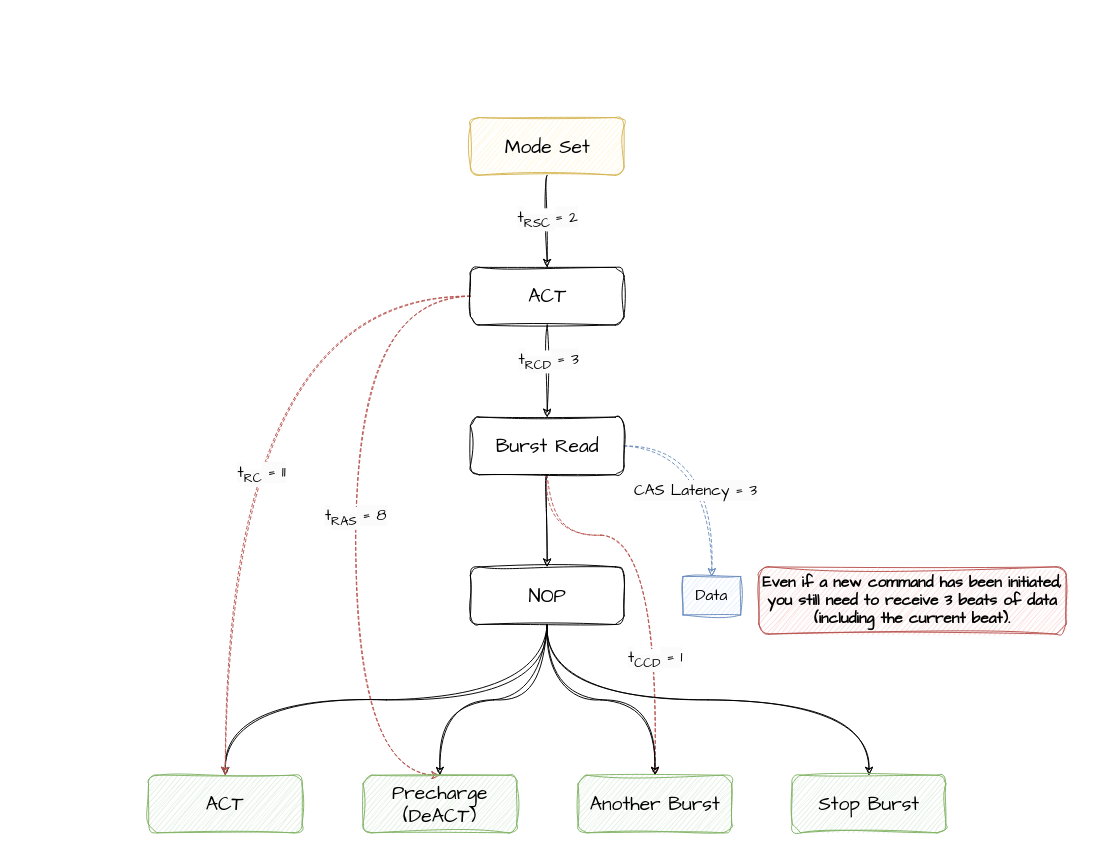
Before: diagram/burst_read.drawio in oscc-ip/sdram, a draw.io diagram. Source tidied: cells renumbered, new cells numbered last; positions are measured from the earlier drawing's top-left corner, leaving out a move shared by most shapes. Both pictures are drawn from the tidied source at 96%, with x=0, y=0 at pixel (148, 117).
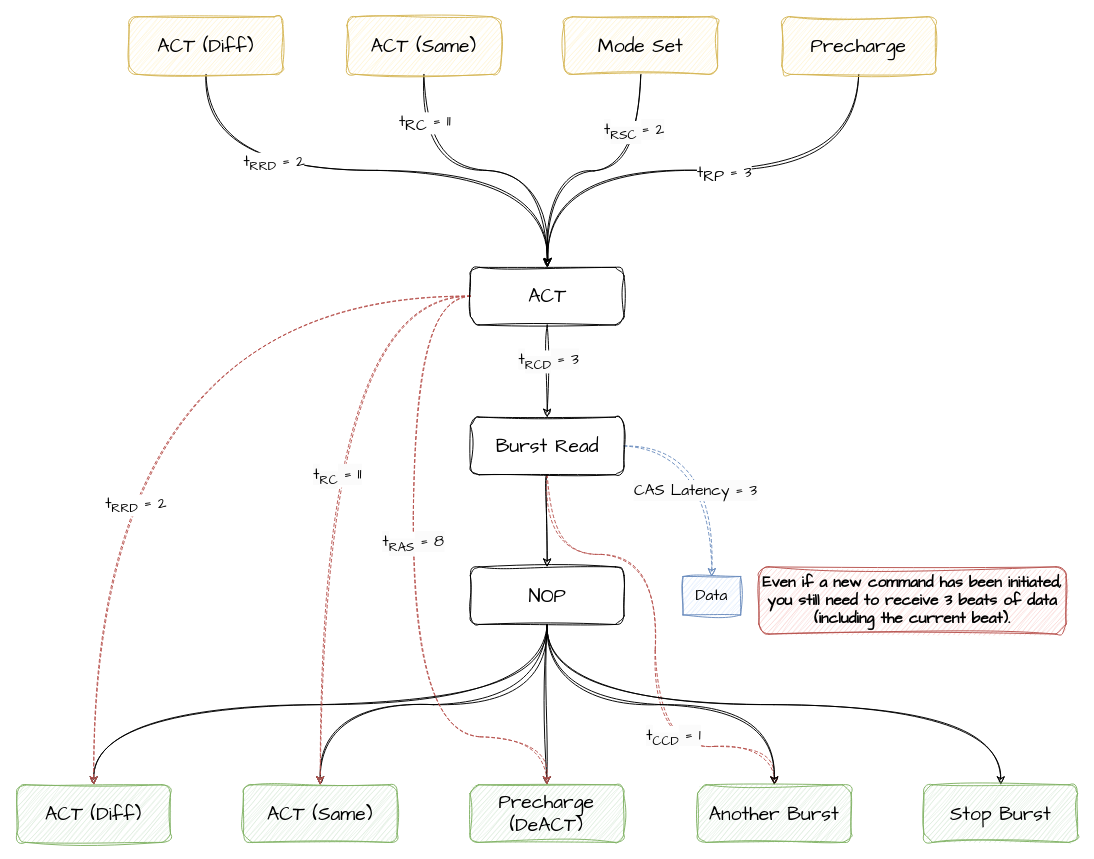
Above is the later version.

Commit message:
[docs] modify burst read diagram

Unchanged cells that the change refers to:
```xml
<mxCell id="8" value="Burst Read" style="rounded=1;whiteSpace=wrap;html=1;sketch=1;hachureGap=4;jiggle=2;curveFitting=1;fontFamily=Architects Daughter;fontSize=20;fillColor=none;" parent="1" vertex="1">
  <mxGeometry x="335.5" y="312" width="160" height="60" as="geometry" />
</mxCell>
<mxCell id="15" value="NOP" style="rounded=1;whiteSpace=wrap;html=1;sketch=1;hachureGap=4;jiggle=2;curveFitting=1;fontFamily=Architects Daughter;fontSize=20;fillColor=none;" parent="1" vertex="1">
  <mxGeometry x="335.5" y="468" width="160" height="60" as="geometry" />
</mxCell>
<mxCell id="18" style="edgeStyle=orthogonalEdgeStyle;shape=connector;curved=1;rounded=1;sketch=1;hachureGap=4;jiggle=2;curveFitting=1;html=1;exitX=0;exitY=0.5;exitDx=0;exitDy=0;entryX=0.5;entryY=0;entryDx=0;entryDy=0;labelBackgroundColor=default;strokeColor=#b85450;fontFamily=Architects Daughter;fontSize=16;fontColor=default;endArrow=classic;fillColor=#f8cecc;dashed=1;" parent="1" edge="1" source="22" target="28">
  <mxGeometry relative="1" as="geometry" />
</mxCell>
<mxCell id="22" value="ACT" style="rounded=1;whiteSpace=wrap;html=1;sketch=1;hachureGap=4;jiggle=2;curveFitting=1;fontFamily=Architects Daughter;fontSize=20;fillColor=none;" parent="1" vertex="1">
  <mxGeometry x="335.5" y="156" width="160" height="60" as="geometry" />
</mxCell>
<mxCell id="23" style="edgeStyle=orthogonalEdgeStyle;shape=connector;curved=1;rounded=1;sketch=1;hachureGap=4;jiggle=2;curveFitting=1;html=1;exitX=0.5;exitY=1;exitDx=0;exitDy=0;entryX=0.5;entryY=0;entryDx=0;entryDy=0;labelBackgroundColor=default;strokeColor=default;fontFamily=Architects Daughter;fontSize=16;fontColor=default;endArrow=classic;" parent="1" edge="1" source="25" target="22">
  <mxGeometry relative="1" as="geometry" />
</mxCell>
```

The edit, as a diff of the source:
```diff
@@
     <mxCell id="6" style="edgeStyle=orthogonalEdgeStyle;shape=connector;rounded=1;sketch=1;hachureGap=4;jiggle=2;curveFitting=1;html=1;exitX=0.5;exitY=1;exitDx=0;exitDy=0;entryX=0.5;entryY=0;entryDx=0;entryDy=0;labelBackgroundColor=default;strokeColor=#b85450;fontFamily=Architects Daughter;fontSize=16;fontColor=default;endArrow=classic;fillColor=#f8cecc;dashed=1;curved=1;" parent="1" edge="1" source="8" target="29">
       <mxGeometry relative="1" as="geometry">
         <Array as="points">
-          <mxPoint x="416" y="435" />
-          <mxPoint x="528" y="435" />
+          <mxPoint x="415" y="455" />
+          <mxPoint x="528" y="455" />
+          <mxPoint x="528" y="655" />
+          <mxPoint x="652" y="655" />
         </Array>
       </mxGeometry>
     </mxCell>
     <mxCell id="7" value="&lt;span style=&quot;background-color: rgb(251, 251, 251);&quot;&gt;t&lt;/span&gt;&lt;sub style=&quot;border-color: var(--border-color); background-color: rgb(251, 251, 251);&quot;&gt;CCD&lt;/sub&gt;&lt;span style=&quot;background-color: rgb(251, 251, 251);&quot;&gt;&amp;nbsp;= 1&lt;/span&gt;" style="edgeLabel;html=1;align=center;verticalAlign=middle;fontSize=16;fontFamily=Architects Daughter;fontColor=default;" parent="6" vertex="1">
       <mxGeometry x="0.31" y="-8" relative="1" as="geometry">
-        <mxPoint x="8" y="26" as="offset" />
+        <mxPoint x="26" y="19" as="offset" />
       </mxGeometry>
     </mxCell>
@@
+    <mxCell id="32" style="edgeStyle=orthogonalEdgeStyle;curved=1;sketch=1;hachureGap=4;jiggle=2;curveFitting=1;html=1;exitX=0.5;exitY=1;exitDx=0;exitDy=0;entryX=0.5;entryY=0;entryDx=0;entryDy=0;fontFamily=Architects Daughter;fontSize=16;" parent="1" edge="1" source="15" target="42">
+      <mxGeometry relative="1" as="geometry" />
+    </mxCell>
@@
     <mxCell id="19" value="&lt;span style=&quot;background-color: rgb(251, 251, 251);&quot;&gt;t&lt;/span&gt;&lt;sub style=&quot;border-color: var(--border-color); background-color: rgb(251, 251, 251);&quot;&gt;RC&lt;/sub&gt;&lt;span style=&quot;background-color: rgb(251, 251, 251);&quot;&gt;&amp;nbsp;= 11&lt;/span&gt;" style="edgeLabel;html=1;align=center;verticalAlign=middle;fontSize=16;fontFamily=Architects Daughter;fontColor=default;" parent="18" vertex="1">
-      <mxGeometry x="0.17" y="37" relative="1" as="geometry" />
+      <mxGeometry x="0.17" y="37" relative="1" as="geometry">
+        <mxPoint x="-20" y="-45" as="offset" />
+      </mxGeometry>
     </mxCell>
     <mxCell id="20" style="edgeStyle=orthogonalEdgeStyle;shape=connector;curved=1;rounded=1;sketch=1;hachureGap=4;jiggle=2;curveFitting=1;html=1;exitX=0;exitY=0.5;exitDx=0;exitDy=0;entryX=0.5;entryY=0;entryDx=0;entryDy=0;labelBackgroundColor=default;strokeColor=#b85450;fontFamily=Architects Daughter;fontSize=16;fontColor=default;endArrow=classic;fillColor=#f8cecc;dashed=1;" parent="1" edge="1" source="22" target="27">
       <mxGeometry relative="1" as="geometry">
         <Array as="points">
-          <mxPoint x="216" y="186" />
-          <mxPoint x="216" y="685" />
+          <mxPoint x="276" y="186" />
+          <mxPoint x="276" y="645" />
+          <mxPoint x="415" y="645" />
         </Array>
       </mxGeometry>
     </mxCell>
     <mxCell id="21" value="&lt;span style=&quot;background-color: rgb(251, 251, 251);&quot;&gt;t&lt;/span&gt;&lt;sub style=&quot;border-color: var(--border-color); background-color: rgb(251, 251, 251);&quot;&gt;RAS&lt;/sub&gt;&lt;span style=&quot;background-color: rgb(251, 251, 251);&quot;&gt;&amp;nbsp;= 8&lt;/span&gt;" style="edgeLabel;html=1;align=center;verticalAlign=middle;fontSize=16;fontFamily=Architects Daughter;fontColor=default;" parent="20" vertex="1">
-      <mxGeometry x="-0.01" y="-1" relative="1" as="geometry" />
+      <mxGeometry x="-0.01" y="-1" relative="1" as="geometry">
+        <mxPoint y="-33" as="offset" />
+      </mxGeometry>
     </mxCell>
+    <mxCell id="33" style="edgeStyle=orthogonalEdgeStyle;curved=1;sketch=1;hachureGap=4;jiggle=2;curveFitting=1;html=1;exitX=0;exitY=0.5;exitDx=0;exitDy=0;entryX=0.5;entryY=0;entryDx=0;entryDy=0;fontFamily=Architects Daughter;fontSize=16;strokeColor=#b85450;fillColor=#f8cecc;dashed=1;" parent="1" edge="1" source="22" target="42">
+      <mxGeometry relative="1" as="geometry" />
+    </mxCell>
+    <mxCell id="34" value="t&lt;sub style=&quot;border-color: var(--border-color);&quot;&gt;RRD&lt;/sub&gt;&amp;nbsp;= 2" style="edgeLabel;html=1;align=center;verticalAlign=middle;fontSize=16;fontFamily=Architects Daughter;" parent="33" vertex="1">
+      <mxGeometry x="0.4" y="71" relative="1" as="geometry">
+        <mxPoint x="-28" y="-21" as="offset" />
+      </mxGeometry>
+    </mxCell>
@@
     <mxCell id="24" value="&lt;span style=&quot;background-color: rgb(251, 251, 251);&quot;&gt;t&lt;/span&gt;&lt;sub style=&quot;border-color: var(--border-color); background-color: rgb(251, 251, 251);&quot;&gt;RSC&amp;nbsp;&lt;/sub&gt;&lt;span style=&quot;background-color: rgb(251, 251, 251);&quot;&gt;= 2&lt;/span&gt;" style="edgeLabel;html=1;align=center;verticalAlign=middle;fontSize=16;fontFamily=Architects Daughter;fontColor=default;" parent="23" vertex="1">
       <mxGeometry x="-0.14" y="-10" relative="1" as="geometry">
-        <mxPoint x="10" y="4" as="offset" />
+        <mxPoint x="20" y="-31" as="offset" />
       </mxGeometry>
     </mxCell>
-    <mxCell id="25" value="Mode Set" style="rounded=1;whiteSpace=wrap;html=1;sketch=1;hachureGap=4;jiggle=2;curveFitting=1;fontFamily=Architects Daughter;fontSize=20;fillColor=#fff2cc;strokeColor=#d6b656;" parent="1" vertex="1">
-      <mxGeometry x="335.5" width="160" height="60" as="geometry" />
-    </mxCell>
-    <mxCell id="26" style="group;" parent="1" vertex="1">
-      <mxGeometry x="0.2" y="685" width="830.5" height="60" as="geometry" />
-    </mxCell>
+    <mxCell id="31" value="Even if a new command has been initiated, you still need to receive 3 beats of data (including the current beat)." style="text;html=1;strokeColor=#b85450;fillColor=#f8cecc;align=center;verticalAlign=middle;whiteSpace=wrap;rounded=1;sketch=1;hachureGap=4;jiggle=2;curveFitting=1;fontFamily=Architects Daughter;fontSize=16;fontStyle=1;labelBorderColor=none;fillStyle=auto;" parent="1" vertex="1">
+      <mxGeometry x="636" y="468" width="320" height="70" as="geometry" />
+    </mxCell>
+    <mxCell id="35" style="edgeStyle=orthogonalEdgeStyle;sketch=1;hachureGap=4;jiggle=2;curveFitting=1;html=1;exitX=0.5;exitY=1;exitDx=0;exitDy=0;fontFamily=Architects Daughter;fontSize=16;curved=1;" parent="1" edge="1" source="44">
+      <mxGeometry relative="1" as="geometry">
+        <mxPoint x="416" y="155" as="targetPoint" />
+      </mxGeometry>
+    </mxCell>
+    <mxCell id="36" value="t&lt;sub style=&quot;font-size: 16px;&quot;&gt;RC&lt;/sub&gt; = 11" style="edgeLabel;html=1;align=center;verticalAlign=middle;fontSize=16;fontFamily=Architects Daughter;" parent="35" vertex="1">
+      <mxGeometry x="-0.19" y="3" relative="1" as="geometry">
+        <mxPoint x="-33" y="-47" as="offset" />
+      </mxGeometry>
+    </mxCell>
+    <mxCell id="37" style="edgeStyle=orthogonalEdgeStyle;curved=1;sketch=1;hachureGap=4;jiggle=2;curveFitting=1;html=1;exitX=0.5;exitY=1;exitDx=0;exitDy=0;fontFamily=Architects Daughter;fontSize=16;" parent="1" edge="1" source="45">
+      <mxGeometry relative="1" as="geometry">
+        <mxPoint x="416" y="155" as="targetPoint" />
+      </mxGeometry>
+    </mxCell>
+    <mxCell id="38" value="t&lt;sub style=&quot;font-size: 16px;&quot;&gt;RP&lt;/sub&gt; = 3" style="edgeLabel;html=1;align=center;verticalAlign=middle;fontSize=16;fontFamily=Architects Daughter;" parent="37" vertex="1">
+      <mxGeometry x="-0.08" y="3" relative="1" as="geometry" />
+    </mxCell>
+    <mxCell id="39" style="edgeStyle=orthogonalEdgeStyle;curved=1;sketch=1;hachureGap=4;jiggle=2;curveFitting=1;html=1;exitX=0.5;exitY=1;exitDx=0;exitDy=0;fontFamily=Architects Daughter;fontSize=16;" parent="1" edge="1" source="46">
+      <mxGeometry relative="1" as="geometry">
+        <mxPoint x="416" y="155" as="targetPoint" />
+      </mxGeometry>
+    </mxCell>
+    <mxCell id="40" value="t&lt;sub&gt;RRD&lt;/sub&gt; = 2" style="edgeLabel;html=1;align=center;verticalAlign=middle;fontSize=16;fontFamily=Architects Daughter;" parent="39" vertex="1">
+      <mxGeometry x="-0.39" y="8" relative="1" as="geometry" />
+    </mxCell>
+    <mxCell id="41" style="group;" parent="1" vertex="1">
+      <mxGeometry x="-136.9" y="695" width="1104.8" height="60" as="geometry" />
+    </mxCell>
-    <mxCell id="27" value="Precharge&lt;br&gt;(DeACT)" style="rounded=1;whiteSpace=wrap;html=1;sketch=1;hachureGap=4;jiggle=2;curveFitting=1;fontFamily=Architects Daughter;fontSize=20;fillColor=#d5e8d4;strokeColor=#82b366;" parent="26" vertex="1">
-      <mxGeometry x="223.5" width="160" height="60" as="geometry" />
+    <mxCell id="27" value="Precharge&lt;br&gt;(DeACT)" style="rounded=1;whiteSpace=wrap;html=1;sketch=1;hachureGap=4;jiggle=2;curveFitting=1;fontFamily=Architects Daughter;fontSize=20;fillColor=#d5e8d4;strokeColor=#82b366;" parent="41" vertex="1">
+      <mxGeometry x="472" width="160" height="60" as="geometry" />
     </mxCell>
-    <mxCell id="28" value="ACT" style="rounded=1;whiteSpace=wrap;html=1;sketch=1;hachureGap=4;jiggle=2;curveFitting=1;fontFamily=Architects Daughter;fontSize=20;fillColor=#d5e8d4;strokeColor=#82b366;" parent="26" vertex="1">
-      <mxGeometry width="160" height="60" as="geometry" />
+    <mxCell id="28" value="ACT (Same)" style="rounded=1;whiteSpace=wrap;html=1;sketch=1;hachureGap=4;jiggle=2;curveFitting=1;fontFamily=Architects Daughter;fontSize=20;fillColor=#d5e8d4;strokeColor=#82b366;" parent="41" vertex="1">
+      <mxGeometry x="236" width="160" height="60" as="geometry" />
     </mxCell>
-    <mxCell id="29" value="Another Burst" style="rounded=1;whiteSpace=wrap;html=1;sketch=1;hachureGap=4;jiggle=2;curveFitting=1;fontFamily=Architects Daughter;fontSize=20;fillColor=#d5e8d4;strokeColor=#82b366;" parent="26" vertex="1">
-      <mxGeometry x="447.5" width="160" height="60" as="geometry" />
+    <mxCell id="29" value="Another Burst" style="rounded=1;whiteSpace=wrap;html=1;sketch=1;hachureGap=4;jiggle=2;curveFitting=1;fontFamily=Architects Daughter;fontSize=20;fillColor=#d5e8d4;strokeColor=#82b366;" parent="41" vertex="1">
+      <mxGeometry x="709" width="160" height="60" as="geometry" />
     </mxCell>
-    <mxCell id="30" value="Stop Burst" style="rounded=1;whiteSpace=wrap;html=1;sketch=1;hachureGap=4;jiggle=2;curveFitting=1;fontFamily=Architects Daughter;fontSize=20;fillColor=#d5e8d4;strokeColor=#82b366;" parent="26" vertex="1">
-      <mxGeometry x="670.5" width="160" height="60" as="geometry" />
+    <mxCell id="30" value="Stop Burst" style="rounded=1;whiteSpace=wrap;html=1;sketch=1;hachureGap=4;jiggle=2;curveFitting=1;fontFamily=Architects Daughter;fontSize=20;fillColor=#d5e8d4;strokeColor=#82b366;" parent="41" vertex="1">
+      <mxGeometry x="944.8" width="160" height="60" as="geometry" />
     </mxCell>
-    <mxCell id="31" value="Even if a new command has been initiated, you still need to receive 3 beats of data (including the current beat)." style="text;html=1;strokeColor=#b85450;fillColor=#f8cecc;align=center;verticalAlign=middle;whiteSpace=wrap;rounded=1;sketch=1;hachureGap=4;jiggle=2;curveFitting=1;fontFamily=Architects Daughter;fontSize=16;fontStyle=1;labelBorderColor=none;fillStyle=auto;" parent="1" vertex="1">
-      <mxGeometry x="636" y="468" width="320" height="70" as="geometry" />
-    </mxCell>
+    <mxCell id="42" value="ACT (Diff)" style="rounded=1;whiteSpace=wrap;html=1;sketch=1;hachureGap=4;jiggle=2;curveFitting=1;fontFamily=Architects Daughter;fontSize=20;fillColor=#d5e8d4;strokeColor=#82b366;" parent="41" vertex="1">
+      <mxGeometry width="160" height="60" as="geometry" />
+    </mxCell>
+    <mxCell id="43" style="group;" parent="1" vertex="1">
+      <mxGeometry x="-20" y="-105" width="840" height="60" as="geometry" />
+    </mxCell>
+    <mxCell id="25" value="Mode Set" style="rounded=1;whiteSpace=wrap;html=1;sketch=1;hachureGap=4;jiggle=2;curveFitting=1;fontFamily=Architects Daughter;fontSize=20;fillColor=#fff2cc;strokeColor=#d6b656;" parent="43" vertex="1">
+      <mxGeometry x="453" width="160" height="60" as="geometry" />
+    </mxCell>
+    <mxCell id="44" value="ACT (Same)" style="rounded=1;whiteSpace=wrap;html=1;sketch=1;hachureGap=4;jiggle=2;curveFitting=1;fontFamily=Architects Daughter;fontSize=20;fillColor=#fff2cc;strokeColor=#d6b656;" parent="43" vertex="1">
+      <mxGeometry x="227" width="160" height="60" as="geometry" />
+    </mxCell>
+    <mxCell id="45" value="Precharge" style="rounded=1;whiteSpace=wrap;html=1;sketch=1;hachureGap=4;jiggle=2;curveFitting=1;fontFamily=Architects Daughter;fontSize=20;fillColor=#fff2cc;strokeColor=#d6b656;" parent="43" vertex="1">
+      <mxGeometry x="680" width="160" height="60" as="geometry" />
+    </mxCell>
+    <mxCell id="46" value="ACT (Diff)" style="rounded=1;whiteSpace=wrap;html=1;sketch=1;hachureGap=4;jiggle=2;curveFitting=1;fontFamily=Architects Daughter;fontSize=20;fillColor=#fff2cc;strokeColor=#d6b656;" parent="43" vertex="1">
+      <mxGeometry width="160" height="60" as="geometry" />
+    </mxCell>
```
